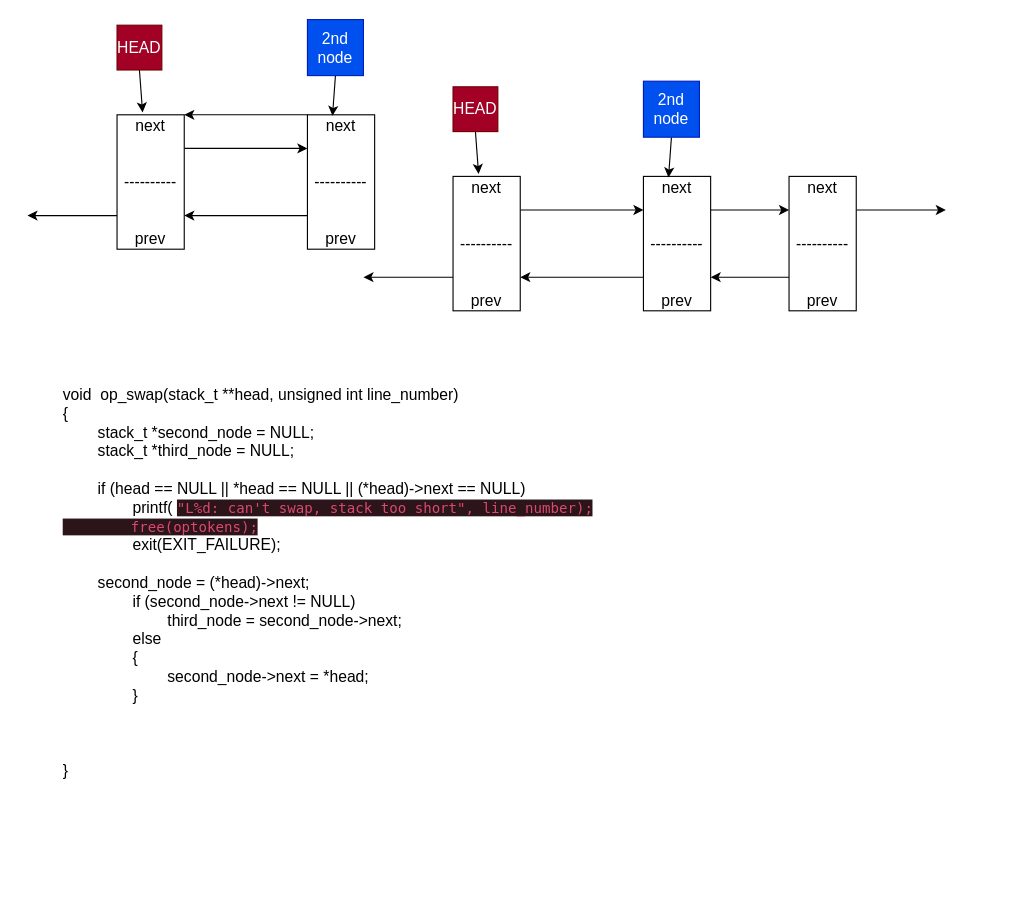
Earlier version of the draw.io diagram Stacks&Queues/project/swap.drawio (BradleyGilden/DSA-Practice). Source tidied: cells renumbered, new cells numbered last; positions are measured from the earlier drawing's top-left corner, leaving out a move shared by most shapes. Both pictures are drawn from the tidied source at 112%, with x=0, y=0 at pixel (27, 19).
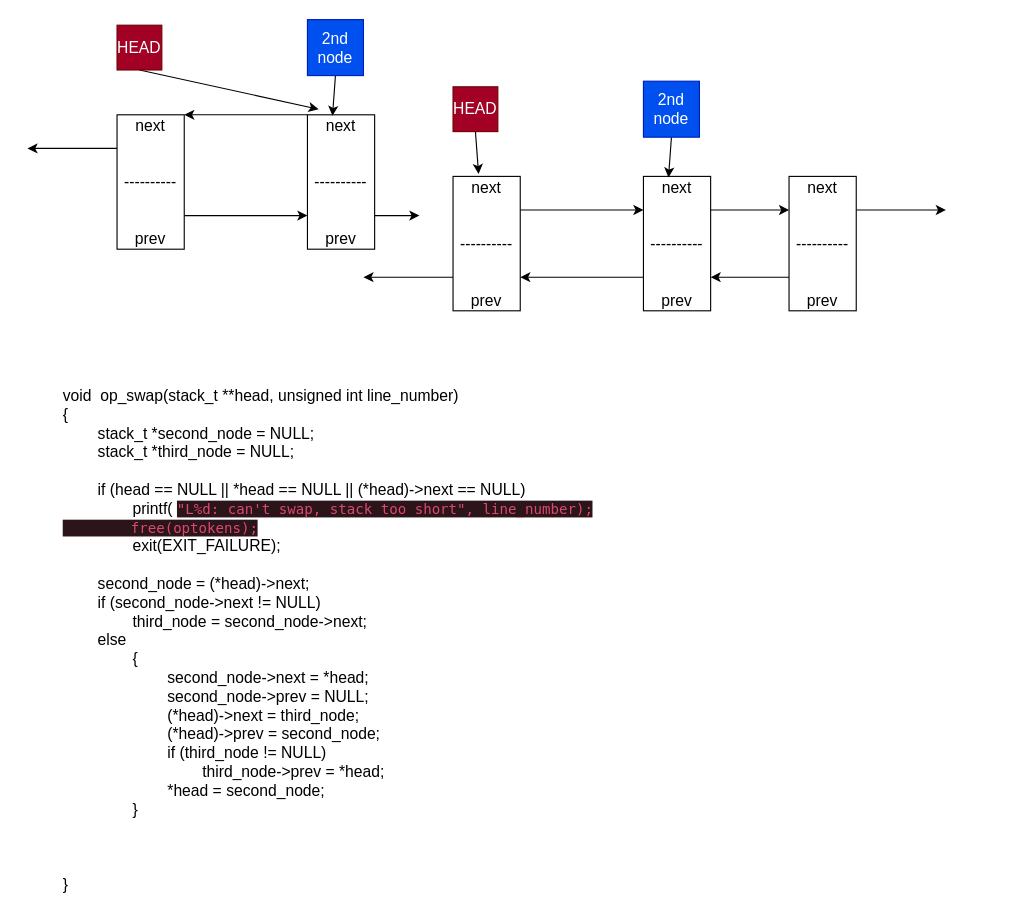
The same diagram, later.

Unchanged cells that the change refers to:
```xml
<mxCell id="18" value="&lt;font style=&quot;font-size: 14px;&quot;&gt;next&lt;br&gt;&lt;br&gt;&lt;br&gt;----------&lt;br&gt;&lt;br&gt;&lt;br&gt;prev&lt;/font&gt;" style="rounded=0;whiteSpace=wrap;html=1;" parent="1" vertex="1">
  <mxGeometry x="80" y="85" width="60" height="120" as="geometry" />
</mxCell>
<mxCell id="21" value="&lt;font style=&quot;font-size: 14px;&quot;&gt;next&lt;br&gt;&lt;br&gt;&lt;br&gt;----------&lt;br&gt;&lt;br&gt;&lt;br&gt;prev&lt;/font&gt;" style="rounded=0;whiteSpace=wrap;html=1;" parent="1" vertex="1">
  <mxGeometry x="250" y="85" width="60" height="120" as="geometry" />
</mxCell>
<mxCell id="23" value="HEAD" style="whiteSpace=wrap;html=1;fontSize=14;fillColor=#a20025;fontColor=#ffffff;strokeColor=#6F0000;" parent="1" vertex="1">
  <mxGeometry x="80" y="5" width="40" height="40" as="geometry" />
</mxCell>
```

Change to the diagram source:
```diff
@@
-    <mxCell id="5" value="void&amp;nbsp; op_swap(stack_t **head, unsigned int line_number)&lt;br&gt;{&lt;br&gt;&lt;span style=&quot;white-space: pre;&quot;&gt;&#9;&lt;/span&gt;stack_t *second_node = NULL;&lt;br&gt;&lt;span style=&quot;white-space: pre;&quot;&gt;&#9;&lt;/span&gt;stack_t *third_node = NULL;&lt;br&gt;&lt;br&gt;&lt;span style=&quot;&quot;&gt;&#9;&lt;/span&gt;&lt;span style=&quot;white-space: pre;&quot;&gt;&#9;&lt;/span&gt;if (head == NULL || *head == NULL || (*head)-&amp;gt;next == NULL)&lt;br&gt;&lt;span style=&quot;&quot;&gt;&#9;&lt;/span&gt;&lt;span style=&quot;&quot;&gt;&#9;&lt;/span&gt;&lt;span style=&quot;white-space: pre;&quot;&gt;&#9;&lt;/span&gt;&lt;span style=&quot;white-space: pre;&quot;&gt;&#9;&lt;/span&gt;printf( &lt;span style=&quot;color: rgb(221, 73, 110); font-family: Menlo, Monaco, Consolas, &amp;quot;Courier New&amp;quot;, monospace; font-size: 12.6px; background-color: rgb(43, 20, 26);&quot;&gt;&quot;L%d: can't swap, stack too short&quot;, line_number);&lt;br&gt;&lt;span style=&quot;white-space: pre;&quot;&gt;&#9;&lt;/span&gt;free(optokens);&lt;br&gt;&lt;/span&gt;&lt;span style=&quot;white-space: pre;&quot;&gt;&#9;&lt;/span&gt;&lt;span style=&quot;white-space: pre;&quot;&gt;&#9;&lt;/span&gt;exit(EXIT_FAILURE);&lt;br&gt;&lt;span style=&quot;white-space: pre;&quot;&gt;&#9;&lt;/span&gt;&lt;br&gt;&lt;span style=&quot;white-space: pre;&quot;&gt;&#9;&lt;/span&gt;second_node = (*head)-&amp;gt;next;&lt;br&gt;&lt;span style=&quot;white-space: pre;&quot;&gt;&#9;&lt;/span&gt;&lt;span style=&quot;white-space: pre;&quot;&gt;&#9;&lt;/span&gt;if (second_node-&amp;gt;next != NULL)&lt;br&gt;&lt;span style=&quot;white-space: pre;&quot;&gt;&#9;&lt;/span&gt;&lt;span style=&quot;white-space: pre;&quot;&gt;&#9;&lt;/span&gt;&lt;span style=&quot;white-space: pre;&quot;&gt;&#9;&lt;/span&gt;third_node = second_node-&amp;gt;next;&lt;br&gt;&lt;span style=&quot;white-space: pre;&quot;&gt;&#9;&lt;/span&gt;&lt;span style=&quot;white-space: pre;&quot;&gt;&#9;&lt;/span&gt;else&lt;br&gt;&lt;span style=&quot;white-space: pre;&quot;&gt;&#9;&lt;/span&gt;&lt;span style=&quot;white-space: pre;&quot;&gt;&#9;&lt;/span&gt;{&lt;br&gt;&lt;span style=&quot;white-space: pre;&quot;&gt;&#9;&lt;/span&gt;&lt;span style=&quot;white-space: pre;&quot;&gt;&#9;&lt;/span&gt;&lt;span style=&quot;white-space: pre;&quot;&gt;&#9;&lt;/span&gt;second_node-&amp;gt;next = *head;&lt;br&gt;&lt;span style=&quot;white-space: pre;&quot;&gt;&#9;&lt;/span&gt;&lt;span style=&quot;white-space: pre;&quot;&gt;&#9;&lt;/span&gt;}&lt;br&gt;&lt;span style=&quot;white-space: pre;&quot;&gt;&#9;&lt;/span&gt;&lt;span style=&quot;white-space: pre;&quot;&gt;&#9;&lt;/span&gt;&lt;span style=&quot;white-space: pre;&quot;&gt;&#9;&lt;/span&gt;&lt;br&gt;&lt;br&gt;&lt;br&gt;}" style="text;strokeColor=none;align=left;fillColor=none;html=1;verticalAlign=top;whiteSpace=wrap;rounded=0;fontSize=14;" parent="1" vertex="1">
-      <mxGeometry x="30" y="320" width="830" height="460" as="geometry" />
+    <mxCell id="5" value="void&amp;nbsp; op_swap(stack_t **head, unsigned int line_number)&lt;br&gt;{&lt;br&gt;&lt;span style=&quot;white-space: pre;&quot;&gt;&#9;&lt;/span&gt;stack_t *second_node = NULL;&lt;br&gt;&lt;span style=&quot;white-space: pre;&quot;&gt;&#9;&lt;/span&gt;stack_t *third_node = NULL;&lt;br&gt;&lt;br&gt;&lt;span style=&quot;&quot;&gt;&#9;&lt;/span&gt;&lt;span style=&quot;white-space: pre;&quot;&gt;&#9;&lt;/span&gt;if (head == NULL || *head == NULL || (*head)-&amp;gt;next == NULL)&lt;br&gt;&lt;span style=&quot;&quot;&gt;&#9;&lt;/span&gt;&lt;span style=&quot;&quot;&gt;&#9;&lt;/span&gt;&lt;span style=&quot;white-space: pre;&quot;&gt;&#9;&lt;/span&gt;&lt;span style=&quot;white-space: pre;&quot;&gt;&#9;&lt;/span&gt;printf( &lt;span style=&quot;color: rgb(221, 73, 110); font-family: Menlo, Monaco, Consolas, &amp;quot;Courier New&amp;quot;, monospace; font-size: 12.6px; background-color: rgb(43, 20, 26);&quot;&gt;&quot;L%d: can't swap, stack too short&quot;, line_number);&lt;br&gt;&lt;span style=&quot;white-space: pre;&quot;&gt;&#9;&lt;/span&gt;free(optokens);&lt;br&gt;&lt;/span&gt;&lt;span style=&quot;white-space: pre;&quot;&gt;&#9;&lt;/span&gt;&lt;span style=&quot;white-space: pre;&quot;&gt;&#9;&lt;/span&gt;exit(EXIT_FAILURE);&lt;br&gt;&lt;span style=&quot;white-space: pre;&quot;&gt;&#9;&lt;/span&gt;&lt;br&gt;&lt;span style=&quot;white-space: pre;&quot;&gt;&#9;&lt;/span&gt;second_node = (*head)-&amp;gt;next;&lt;br&gt;&lt;span style=&quot;white-space: pre;&quot;&gt;&#9;&lt;/span&gt;if (second_node-&amp;gt;next != NULL)&lt;br&gt;&lt;span style=&quot;white-space: pre;&quot;&gt;&#9;&lt;/span&gt;&lt;span style=&quot;white-space: pre;&quot;&gt;&#9;&lt;/span&gt;third_node = second_node-&amp;gt;next;&lt;br&gt;&lt;span style=&quot;white-space: pre;&quot;&gt;&#9;&lt;/span&gt;else&lt;br&gt;&lt;span style=&quot;white-space: pre;&quot;&gt;&#9;&lt;/span&gt;&lt;span style=&quot;white-space: pre;&quot;&gt;&#9;&lt;/span&gt;{&lt;br&gt;&lt;span style=&quot;white-space: pre;&quot;&gt;&#9;&lt;/span&gt;&lt;span style=&quot;white-space: pre;&quot;&gt;&#9;&lt;/span&gt;&lt;span style=&quot;white-space: pre;&quot;&gt;&#9;&lt;/span&gt;second_node-&amp;gt;next = *head;&lt;br&gt;&lt;span style=&quot;white-space: pre;&quot;&gt;&#9;&lt;/span&gt;&lt;span style=&quot;white-space: pre;&quot;&gt;&#9;&lt;/span&gt;&lt;span style=&quot;white-space: pre;&quot;&gt;&#9;&lt;/span&gt;second_node-&amp;gt;prev = NULL;&lt;br&gt;&lt;span style=&quot;white-space: pre;&quot;&gt;&#9;&lt;/span&gt;&lt;span style=&quot;white-space: pre;&quot;&gt;&#9;&lt;/span&gt;&lt;span style=&quot;white-space: pre;&quot;&gt;&#9;&lt;/span&gt;(*head)-&amp;gt;next = third_node;&lt;br&gt;&lt;span style=&quot;white-space: pre;&quot;&gt;&#9;&lt;/span&gt;&lt;span style=&quot;white-space: pre;&quot;&gt;&#9;&lt;/span&gt;&lt;span style=&quot;white-space: pre;&quot;&gt;&#9;&lt;/span&gt;(*head)-&amp;gt;prev = second_node;&lt;br&gt;&lt;span style=&quot;white-space: pre;&quot;&gt;&#9;&lt;/span&gt;&lt;span style=&quot;white-space: pre;&quot;&gt;&#9;&lt;/span&gt;&lt;span style=&quot;white-space: pre;&quot;&gt;&#9;&lt;/span&gt;if (third_node != NULL)&lt;br&gt;&lt;span style=&quot;white-space: pre;&quot;&gt;&#9;&lt;/span&gt;&lt;span style=&quot;white-space: pre;&quot;&gt;&#9;&lt;/span&gt;&lt;span style=&quot;white-space: pre;&quot;&gt;&#9;&lt;/span&gt;&lt;span style=&quot;white-space: pre;&quot;&gt;&#9;&lt;/span&gt;third_node-&amp;gt;prev = *head;&lt;br&gt;&lt;span style=&quot;white-space: pre;&quot;&gt;&#9;&lt;/span&gt;&lt;span style=&quot;white-space: pre;&quot;&gt;&#9;&lt;/span&gt;&lt;span style=&quot;white-space: pre;&quot;&gt;&#9;&lt;/span&gt;*head = second_node;&lt;br&gt;&lt;span style=&quot;white-space: pre;&quot;&gt;&#9;&lt;/span&gt;&lt;span style=&quot;white-space: pre;&quot;&gt;&#9;&lt;/span&gt;}&lt;br&gt;&lt;span style=&quot;white-space: pre;&quot;&gt;&#9;&lt;/span&gt;&lt;span style=&quot;white-space: pre;&quot;&gt;&#9;&lt;/span&gt;&lt;span style=&quot;white-space: pre;&quot;&gt;&#9;&lt;/span&gt;&lt;br&gt;&lt;br&gt;&lt;br&gt;}" style="text;strokeColor=none;align=left;fillColor=none;html=1;verticalAlign=top;whiteSpace=wrap;rounded=0;fontSize=14;" parent="1" vertex="1">
+      <mxGeometry x="30" y="321" width="830" height="460" as="geometry" />
     </mxCell>
@@
+    <mxCell id="26" style="edgeStyle=none;html=1;exitX=0;exitY=0.25;exitDx=0;exitDy=0;fontSize=14;" parent="1" edge="1" source="18">
+      <mxGeometry relative="1" as="geometry">
+        <mxPoint y="115" as="targetPoint" />
+      </mxGeometry>
+    </mxCell>
-    <mxCell id="16" style="edgeStyle=none;html=1;exitX=1;exitY=0.25;exitDx=0;exitDy=0;fontSize=14;entryX=0;entryY=0.25;entryDx=0;entryDy=0;" parent="1" edge="1" source="18" target="21">
+    <mxCell id="16" style="edgeStyle=none;html=1;exitX=1;exitY=0.75;exitDx=0;exitDy=0;entryX=0;entryY=0.75;entryDx=0;entryDy=0;fontSize=14;" parent="1" edge="1" source="18" target="21">
       <mxGeometry relative="1" as="geometry" />
     </mxCell>
-    <mxCell id="17" style="edgeStyle=none;html=1;exitX=0;exitY=0.75;exitDx=0;exitDy=0;fontSize=14;" parent="1" edge="1" source="18">
-      <mxGeometry relative="1" as="geometry">
-        <mxPoint y="175" as="targetPoint" />
-      </mxGeometry>
-    </mxCell>
@@
-    <mxCell id="19" style="edgeStyle=none;html=1;exitX=0;exitY=0.75;exitDx=0;exitDy=0;entryX=1;entryY=0.75;entryDx=0;entryDy=0;fontSize=14;" parent="1" edge="1" source="21" target="18">
-      <mxGeometry relative="1" as="geometry" />
-    </mxCell>
@@
+    <mxCell id="27" style="edgeStyle=none;html=1;exitX=1;exitY=0.75;exitDx=0;exitDy=0;fontSize=14;" parent="1" edge="1" source="21">
+      <mxGeometry relative="1" as="geometry">
+        <mxPoint x="350" y="175" as="targetPoint" />
+      </mxGeometry>
+    </mxCell>
@@
-    <mxCell id="22" style="edgeStyle=none;html=1;exitX=0.5;exitY=1;exitDx=0;exitDy=0;entryX=0.38;entryY=-0.018;entryDx=0;entryDy=0;entryPerimeter=0;fontSize=14;" parent="1" edge="1" source="23" target="18">
-      <mxGeometry relative="1" as="geometry" />
+    <mxCell id="22" style="edgeStyle=none;html=1;exitX=0.5;exitY=1;exitDx=0;exitDy=0;fontSize=14;" parent="1" edge="1" source="23">
+      <mxGeometry relative="1" as="geometry">
+        <mxPoint x="260" y="80" as="targetPoint" />
+      </mxGeometry>
     </mxCell>
```
